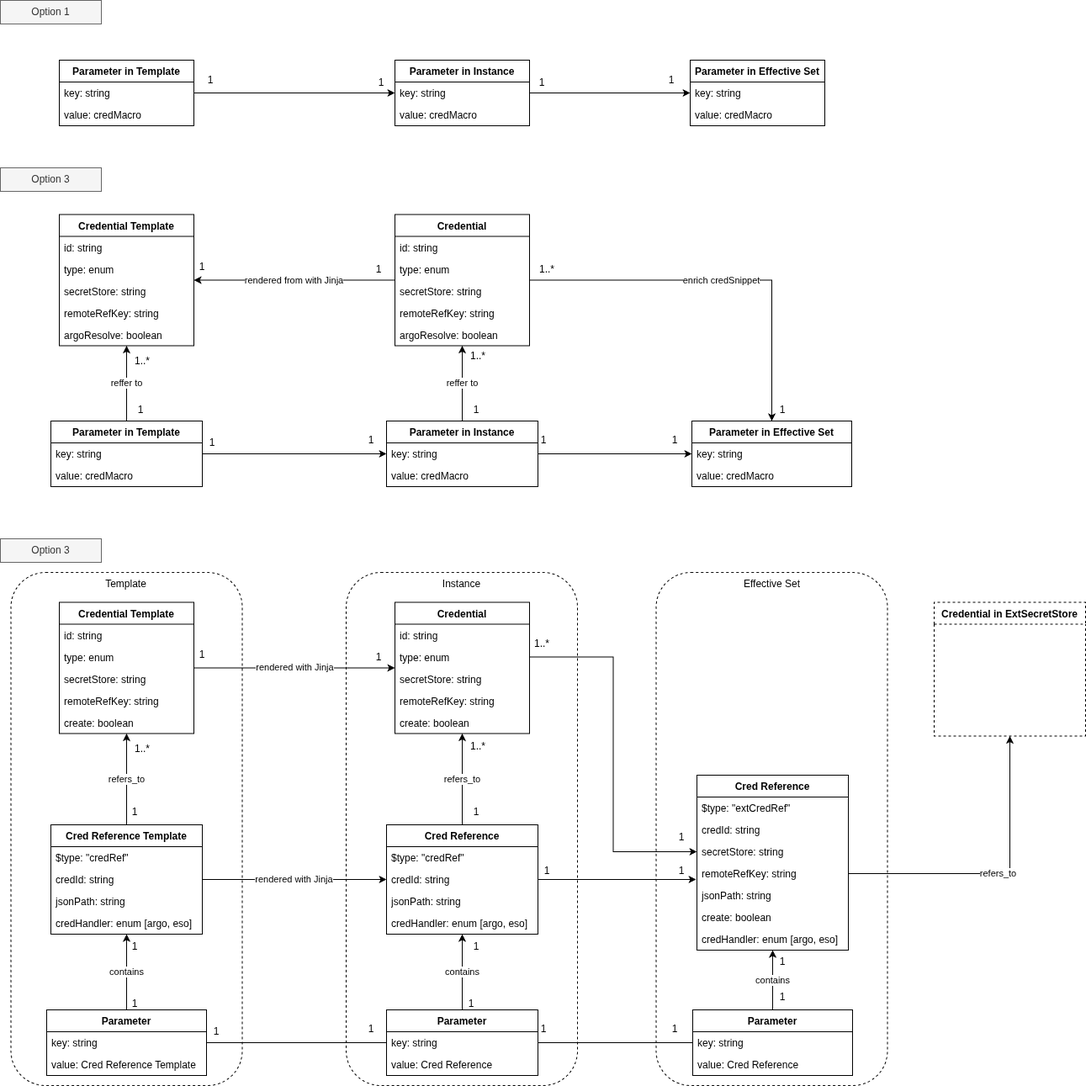
Netcracker/qubership-envgene keeps this draw.io diagram as docs/images/external-cred.png. Above is the earlier version. Source tidied: cells renumbered, new cells last; positions are measured from the earlier drawing's top-left corner, leaving out a move shared by most shapes.
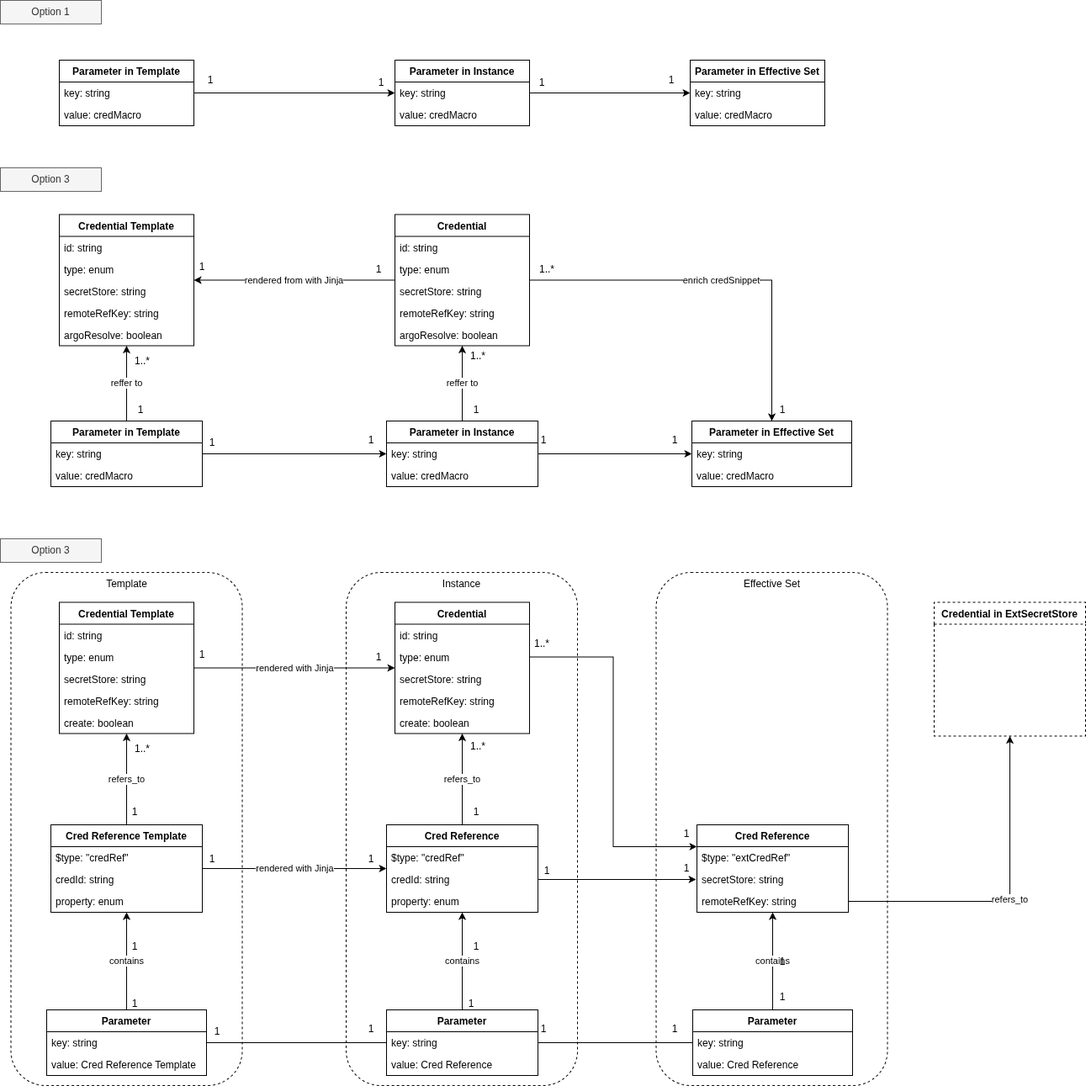
The same file after the commit.

Change to the diagram source:
```diff
@@ -104,7 +104,7 @@
     <mxCell id="35" value="rendered with Jinja" style="edgeStyle=orthogonalEdgeStyle;rounded=0;jettySize=auto;html=1;" parent="1" edge="1" source="10" target="17">
       <mxGeometry relative="1" as="geometry" />
     </mxCell>
-    <mxCell id="36" style="edgeStyle=orthogonalEdgeStyle;rounded=0;jettySize=auto;html=1;entryX=0;entryY=0.5;entryDx=0;entryDy=0;exitX=1;exitY=0.5;exitDx=0;exitDy=0;" parent="1" edge="1" source="19" target="122">
+    <mxCell id="36" style="edgeStyle=orthogonalEdgeStyle;rounded=0;jettySize=auto;html=1;entryX=0;entryY=0.25;entryDx=0;entryDy=0;exitX=1;exitY=0.5;exitDx=0;exitDy=0;" parent="1" edge="1" source="19" target="119">
       <mxGeometry relative="1" as="geometry" />
     </mxCell>
     <mxCell id="37" value="1" style="text;html=1;whiteSpace=wrap;strokeColor=none;fillColor=none;align=center;verticalAlign=middle;rounded=0;" parent="1" vertex="1">
@@ -123,7 +123,7 @@
       <mxGeometry x="220" y="80" width="60" height="30" as="geometry" />
     </mxCell>
     <mxCell id="42" value="1" style="text;html=1;whiteSpace=wrap;strokeColor=none;fillColor=none;align=center;verticalAlign=middle;rounded=0;" parent="1" vertex="1">
-      <mxGeometry x="779.5" y="980" width="60" height="30" as="geometry" />
+      <mxGeometry x="786" y="1017" width="60" height="30" as="geometry" />
     </mxCell>
     <mxCell id="43" value="1..*" style="text;html=1;whiteSpace=wrap;strokeColor=none;fillColor=none;align=center;verticalAlign=middle;rounded=0;" parent="1" vertex="1">
       <mxGeometry x="614" y="750" width="60" height="30" as="geometry" />
@@ -309,7 +309,7 @@
       <mxGeometry relative="1" as="geometry" />
     </mxCell>
     <mxCell id="104" value="Cred Reference Template" style="swimlane;fontStyle=1;align=center;verticalAlign=top;horizontal=1;startSize=26;whiteSpace=wrap;html=1;" parent="1" vertex="1">
-      <mxGeometry x="60" y="980" width="180" height="130" as="geometry" />
+      <mxGeometry x="60" y="980" width="180" height="104" as="geometry" />
     </mxCell>
     <mxCell id="105" value="$type: &quot;credRef&quot;" style="text;strokeColor=none;fillColor=none;align=left;verticalAlign=top;spacingLeft=4;spacingRight=4;overflow=hidden;whiteSpace=wrap;html=1;" parent="104" vertex="1">
       <mxGeometry y="26" width="180" height="26" as="geometry" />
@@ -317,12 +317,9 @@
     <mxCell id="106" value="credId: string" style="text;strokeColor=none;fillColor=none;align=left;verticalAlign=top;spacingLeft=4;spacingRight=4;overflow=hidden;whiteSpace=wrap;html=1;" parent="104" vertex="1">
       <mxGeometry y="52" width="180" height="26" as="geometry" />
     </mxCell>
-    <mxCell id="107" value="jsonPath: string" style="text;strokeColor=none;fillColor=none;align=left;verticalAlign=top;spacingLeft=4;spacingRight=4;overflow=hidden;whiteSpace=wrap;html=1;" parent="104" vertex="1">
+    <mxCell id="107" value="property: enum" style="text;strokeColor=none;fillColor=none;align=left;verticalAlign=top;spacingLeft=4;spacingRight=4;overflow=hidden;whiteSpace=wrap;html=1;" parent="104" vertex="1">
       <mxGeometry y="78" width="180" height="26" as="geometry" />
     </mxCell>
-    <mxCell id="108" value="credHandler: enum [argo, eso]" style="text;strokeColor=none;fillColor=none;align=left;verticalAlign=top;spacingLeft=4;spacingRight=4;overflow=hidden;whiteSpace=wrap;html=1;" parent="104" vertex="1">
-      <mxGeometry y="104" width="180" height="26" as="geometry" />
-    </mxCell>
     <mxCell id="109" value="&lt;span style=&quot;font-weight: normal;&quot;&gt;1&lt;/span&gt;" style="text;html=1;whiteSpace=wrap;strokeColor=none;fillColor=none;align=center;verticalAlign=middle;rounded=0;fontStyle=1;" parent="1" vertex="1">
       <mxGeometry x="130" y="1178" width="60" height="30" as="geometry" />
     </mxCell>
@@ -333,7 +330,7 @@
       <mxGeometry relative="1" as="geometry" />
     </mxCell>
     <mxCell id="112" value="Cred Reference" style="swimlane;fontStyle=1;align=center;verticalAlign=top;horizontal=1;startSize=26;whiteSpace=wrap;html=1;" parent="1" vertex="1">
-      <mxGeometry x="459" y="980" width="180" height="130" as="geometry" />
+      <mxGeometry x="459" y="980" width="180" height="104" as="geometry" />
     </mxCell>
     <mxCell id="113" value="$type: &quot;credRef&quot;" style="text;strokeColor=none;fillColor=none;align=left;verticalAlign=top;spacingLeft=4;spacingRight=4;overflow=hidden;whiteSpace=wrap;html=1;" parent="112" vertex="1">
       <mxGeometry y="26" width="180" height="26" as="geometry" />
@@ -341,12 +338,9 @@
     <mxCell id="114" value="credId: string" style="text;strokeColor=none;fillColor=none;align=left;verticalAlign=top;spacingLeft=4;spacingRight=4;overflow=hidden;points=[[0,0.5],[1,0.5]];portConstraint=eastwest;whiteSpace=wrap;html=1;" parent="112" vertex="1">
       <mxGeometry y="52" width="180" height="26" as="geometry" />
     </mxCell>
-    <mxCell id="115" value="jsonPath: string" style="text;strokeColor=none;fillColor=none;align=left;verticalAlign=top;spacingLeft=4;spacingRight=4;overflow=hidden;whiteSpace=wrap;html=1;" parent="112" vertex="1">
+    <mxCell id="115" value="property: enum" style="text;strokeColor=none;fillColor=none;align=left;verticalAlign=top;spacingLeft=4;spacingRight=4;overflow=hidden;whiteSpace=wrap;html=1;" parent="112" vertex="1">
       <mxGeometry y="78" width="180" height="26" as="geometry" />
     </mxCell>
-    <mxCell id="116" value="credHandler: enum [argo, eso]" style="text;strokeColor=none;fillColor=none;align=left;verticalAlign=top;spacingLeft=4;spacingRight=4;overflow=hidden;whiteSpace=wrap;html=1;" parent="112" vertex="1">
-      <mxGeometry y="104" width="180" height="26" as="geometry" />
-    </mxCell>
     <mxCell id="117" value="&lt;span style=&quot;font-weight: normal;&quot;&gt;1&lt;/span&gt;" style="text;html=1;whiteSpace=wrap;strokeColor=none;fillColor=none;align=center;verticalAlign=middle;rounded=0;fontStyle=1;" parent="1" vertex="1">
       <mxGeometry x="530" y="1178" width="60" height="30" as="geometry" />
     </mxCell>
@@ -354,29 +348,17 @@
       <mxGeometry x="536" y="1110" width="60" height="30" as="geometry" />
     </mxCell>
     <mxCell id="119" value="Cred Reference" style="swimlane;fontStyle=1;align=center;verticalAlign=top;horizontal=1;startSize=26;whiteSpace=wrap;html=1;" parent="1" vertex="1">
-      <mxGeometry x="828" y="921" width="180" height="208" as="geometry" />
+      <mxGeometry x="828" y="980" width="180" height="104" as="geometry" />
     </mxCell>
     <mxCell id="120" value="$type: &quot;extCredRef&quot;" style="text;strokeColor=none;fillColor=none;align=left;verticalAlign=top;spacingLeft=4;spacingRight=4;overflow=hidden;whiteSpace=wrap;html=1;" parent="119" vertex="1">
       <mxGeometry y="26" width="180" height="26" as="geometry" />
     </mxCell>
-    <mxCell id="121" value="credId: string" style="text;strokeColor=none;fillColor=none;align=left;verticalAlign=top;spacingLeft=4;spacingRight=4;overflow=hidden;whiteSpace=wrap;html=1;" parent="119" vertex="1">
-      <mxGeometry y="52" width="180" height="26" as="geometry" />
-    </mxCell>
     <mxCell id="122" value="secretStore: string" style="text;strokeColor=none;fillColor=none;align=left;verticalAlign=top;spacingLeft=4;spacingRight=4;overflow=hidden;points=[[0,0.5],[1,0.5]];portConstraint=eastwest;whiteSpace=wrap;html=1;" parent="119" vertex="1">
-      <mxGeometry y="78" width="180" height="26" as="geometry" />
+      <mxGeometry y="52" width="180" height="26" as="geometry" />
     </mxCell>
     <mxCell id="123" value="remoteRefKey: string" style="text;strokeColor=none;fillColor=none;align=left;verticalAlign=top;spacingLeft=4;spacingRight=4;overflow=hidden;points=[[0,0.5],[1,0.5]];portConstraint=eastwest;whiteSpace=wrap;html=1;" parent="119" vertex="1">
-      <mxGeometry y="104" width="180" height="26" as="geometry" />
+      <mxGeometry y="78" width="180" height="26" as="geometry" />
     </mxCell>
-    <mxCell id="124" value="jsonPath: string" style="text;strokeColor=none;fillColor=none;align=left;verticalAlign=top;spacingLeft=4;spacingRight=4;overflow=hidden;whiteSpace=wrap;html=1;" parent="119" vertex="1">
-      <mxGeometry y="130" width="180" height="26" as="geometry" />
-    </mxCell>
-    <mxCell id="125" value="create: boolean" style="text;strokeColor=none;fillColor=none;align=left;verticalAlign=top;spacingLeft=4;spacingRight=4;overflow=hidden;whiteSpace=wrap;html=1;" parent="119" vertex="1">
-      <mxGeometry y="156" width="180" height="26" as="geometry" />
-    </mxCell>
-    <mxCell id="126" value="credHandler: enum [argo, eso]" style="text;strokeColor=none;fillColor=none;align=left;verticalAlign=top;spacingLeft=4;spacingRight=4;overflow=hidden;whiteSpace=wrap;html=1;" parent="119" vertex="1">
-      <mxGeometry y="182" width="180" height="26" as="geometry" />
-    </mxCell>
     <mxCell id="127" value="&lt;span style=&quot;font-weight: normal;&quot;&gt;1&lt;/span&gt;" style="text;html=1;whiteSpace=wrap;strokeColor=none;fillColor=none;align=center;verticalAlign=middle;rounded=0;fontStyle=1;" parent="1" vertex="1">
       <mxGeometry x="900" y="1128" width="60" height="30" as="geometry" />
     </mxCell>
@@ -392,7 +374,7 @@
       <mxGeometry x="620" y="1020" width="60" height="30" as="geometry" />
     </mxCell>
     <mxCell id="131" value="1" style="text;html=1;whiteSpace=wrap;strokeColor=none;fillColor=none;align=center;verticalAlign=middle;rounded=0;" parent="1" vertex="1">
-      <mxGeometry x="779.5" y="1020" width="60" height="30" as="geometry" />
+      <mxGeometry x="786" y="976" width="60" height="30" as="geometry" />
     </mxCell>
     <mxCell id="132" value="Credential in ExtSecretStore" style="swimlane;fontStyle=1;align=center;verticalAlign=top;horizontal=1;startSize=26;whiteSpace=wrap;html=1;dashed=1;" parent="1" vertex="1">
       <mxGeometry x="1110" y="715.5" width="180" height="159" as="geometry" />
@@ -400,5 +382,11 @@
     <mxCell id="133" value="refers_to" style="edgeStyle=orthogonalEdgeStyle;rounded=0;jettySize=auto;html=1;" parent="1" edge="1" source="123" target="132">
       <mxGeometry relative="1" as="geometry" />
     </mxCell>
+    <mxCell id="134" value="1" style="text;html=1;whiteSpace=wrap;strokeColor=none;fillColor=none;align=center;verticalAlign=middle;rounded=0;" parent="1" vertex="1">
+      <mxGeometry x="222" y="1006" width="60" height="30" as="geometry" />
+    </mxCell>
+    <mxCell id="135" value="1" style="text;html=1;whiteSpace=wrap;strokeColor=none;fillColor=none;align=center;verticalAlign=middle;rounded=0;" parent="1" vertex="1">
+      <mxGeometry x="411" y="1006" width="60" height="30" as="geometry" />
+    </mxCell>
   </root>
 </mxGraphModel>
```
